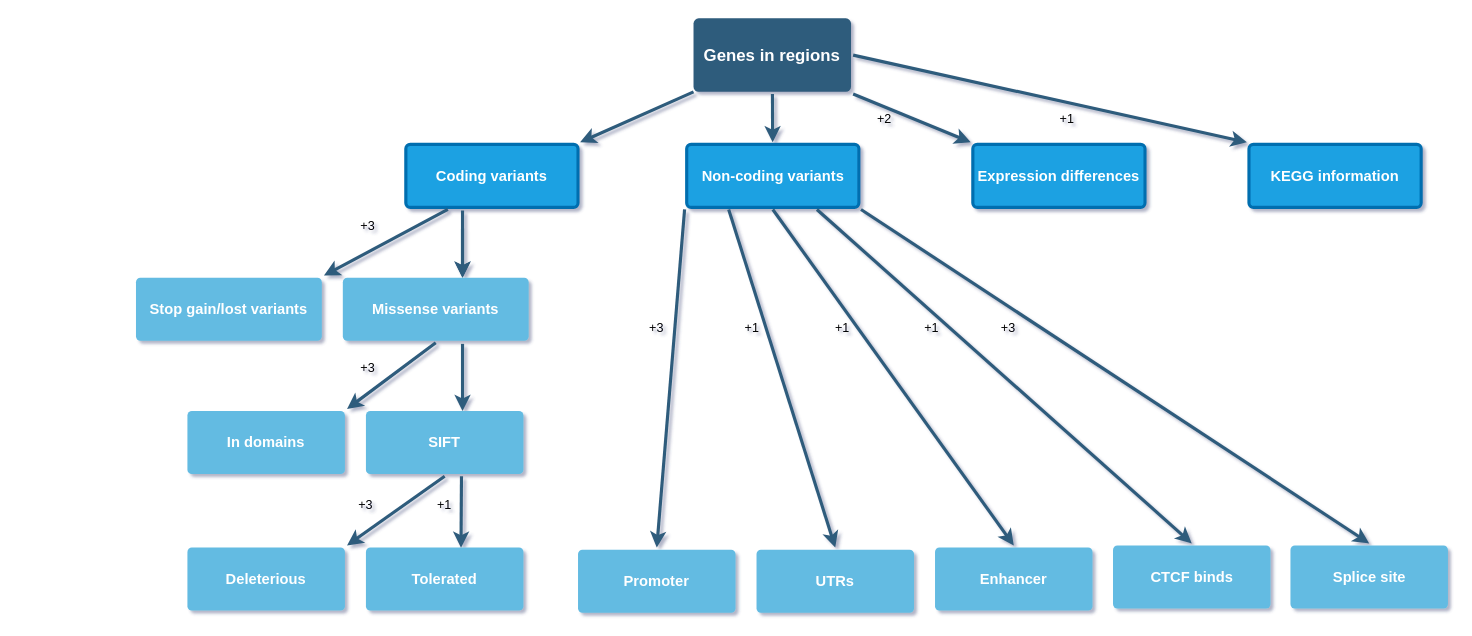
Before: CandidateGenes/Untitled Diagram.drawio in ManuelDelpero/AIL_BFMIS1xBFMIS2, a draw.io diagram. Source tidied: cells renumbered, new cells numbered last; positions are measured from the earlier drawing's top-left corner, leaving out a move shared by most shapes. Both pictures are drawn from the tidied source at 105%, with x=0, y=0 at pixel (135, 18).
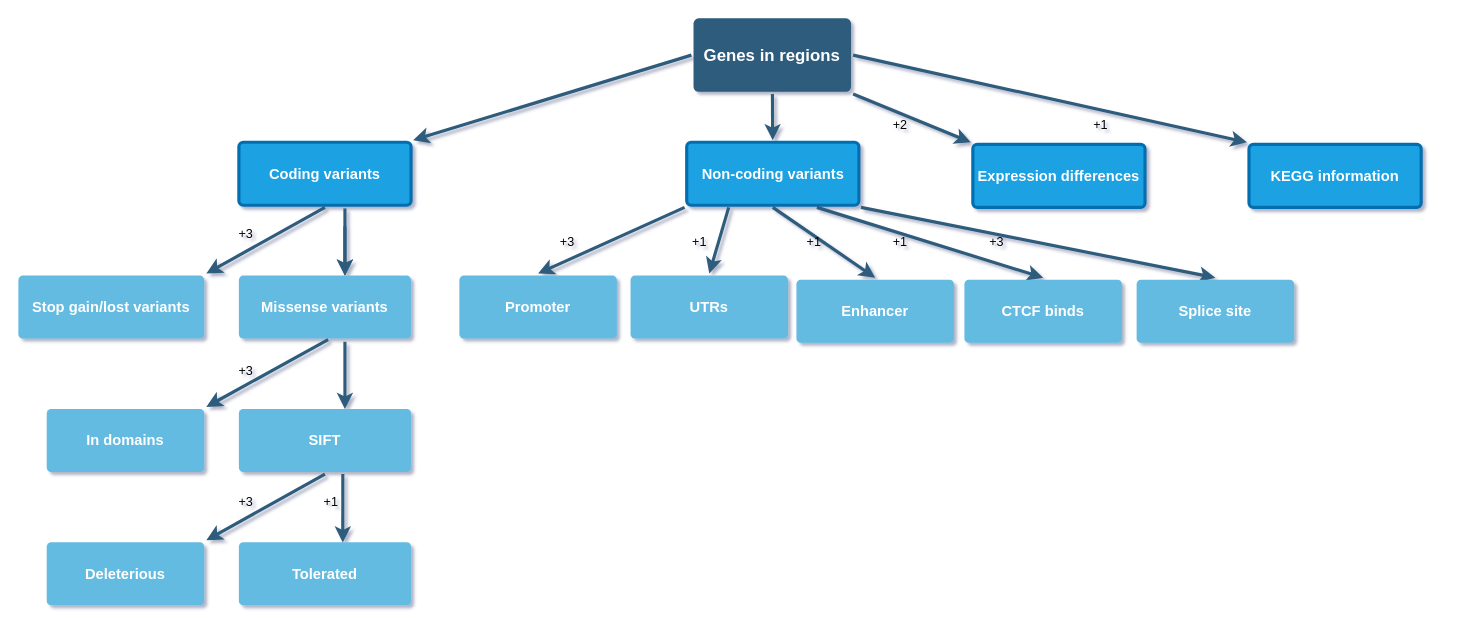
The same page after the edit.

The change refers to these unchanged cells:
```xml
<mxCell id="4" value="Genes in regions" style="rounded=1;whiteSpace=wrap;html=1;shadow=0;labelBackgroundColor=none;strokeColor=none;strokeWidth=3;fillColor=#2F5B7C;fontFamily=Helvetica;fontSize=16;fontColor=#FFFFFF;align=center;fontStyle=1;spacing=5;arcSize=7;perimeterSpacing=2;" parent="1" vertex="1">
  <mxGeometry x="531" width="150" height="70" as="geometry" />
</mxCell>
```

What changed in the source:
```diff
@@
-    <mxCell id="3" style="edgeStyle=none;rounded=0;jumpStyle=none;html=1;shadow=0;labelBackgroundColor=none;startArrow=none;startFill=0;endArrow=classic;endFill=1;jettySize=auto;strokeColor=#2F5B7C;strokeWidth=3;fontFamily=Helvetica;fontSize=16;fontColor=#23445D;spacing=5;entryX=1;entryY=0;entryDx=0;entryDy=0;exitX=0.013;exitY=0.973;exitDx=0;exitDy=0;exitPerimeter=0;" parent="1" edge="1" source="4" target="5">
+    <mxCell id="3" style="edgeStyle=none;rounded=0;jumpStyle=none;html=1;shadow=0;labelBackgroundColor=none;startArrow=none;startFill=0;endArrow=classic;endFill=1;jettySize=auto;strokeColor=#2F5B7C;strokeWidth=3;fontFamily=Helvetica;fontSize=16;fontColor=#23445D;spacing=5;entryX=1;entryY=0;entryDx=0;entryDy=0;exitX=0;exitY=0.5;exitDx=0;exitDy=0;" parent="1" edge="1" source="4" target="5">
       <mxGeometry relative="1" as="geometry" />
     </mxCell>
@@
     <mxCell id="5" value="Coding variants" style="rounded=1;whiteSpace=wrap;html=1;shadow=0;labelBackgroundColor=none;strokeColor=#006EAF;strokeWidth=3;fillColor=#1ba1e2;fontFamily=Helvetica;fontSize=14;align=center;spacing=5;fontStyle=1;arcSize=7;perimeterSpacing=2;fontColor=#ffffff;" parent="1" vertex="1">
-      <mxGeometry x="257" y="120" width="164" height="60" as="geometry" />
+      <mxGeometry x="98" y="118" width="164" height="60" as="geometry" />
     </mxCell>
     <mxCell id="6" value="&lt;b&gt;In domains&lt;/b&gt;" style="rounded=1;whiteSpace=wrap;html=1;shadow=0;labelBackgroundColor=none;strokeColor=none;strokeWidth=3;fillColor=#64bbe2;fontFamily=Helvetica;fontSize=14;fontColor=#FFFFFF;align=center;spacing=5;arcSize=7;perimeterSpacing=2;" parent="1" vertex="1">
-      <mxGeometry x="49" y="374" width="150" height="60" as="geometry" />
+      <mxGeometry x="-85" y="372" width="150" height="60" as="geometry" />
     </mxCell>
     <mxCell id="7" value="Non-coding variants" style="rounded=1;whiteSpace=wrap;html=1;shadow=0;labelBackgroundColor=none;strokeColor=#006EAF;strokeWidth=3;fillColor=#1ba1e2;fontFamily=Helvetica;fontSize=14;fontColor=#ffffff;align=center;spacing=5;fontStyle=1;arcSize=7;perimeterSpacing=2;" parent="1" vertex="1">
-      <mxGeometry x="524.5" y="120" width="164" height="60" as="geometry" />
+      <mxGeometry x="524.5" y="118" width="164" height="60" as="geometry" />
     </mxCell>
@@
     <mxCell id="11" value="&lt;b&gt;Promoter&lt;/b&gt;" style="rounded=1;whiteSpace=wrap;html=1;shadow=0;labelBackgroundColor=none;strokeColor=none;strokeWidth=3;fillColor=#64bbe2;fontFamily=Helvetica;fontSize=14;fontColor=#FFFFFF;align=center;spacing=5;arcSize=7;perimeterSpacing=2;" parent="1" vertex="1">
-      <mxGeometry x="421" y="506" width="150" height="60" as="geometry" />
+      <mxGeometry x="308" y="245" width="150" height="60" as="geometry" />
     </mxCell>
@@
     <mxCell id="13" value="&lt;b&gt;UTRs&lt;/b&gt;" style="rounded=1;whiteSpace=wrap;html=1;shadow=0;labelBackgroundColor=none;strokeColor=none;strokeWidth=3;fillColor=#64bbe2;fontFamily=Helvetica;fontSize=14;fontColor=#FFFFFF;align=center;spacing=5;arcSize=7;perimeterSpacing=2;" parent="1" vertex="1">
-      <mxGeometry x="591" y="506" width="150" height="60" as="geometry" />
+      <mxGeometry x="471" y="245" width="150" height="60" as="geometry" />
     </mxCell>
     <mxCell id="14" value="&lt;b&gt;SIFT&lt;/b&gt;" style="rounded=1;whiteSpace=wrap;html=1;shadow=0;labelBackgroundColor=none;strokeColor=none;strokeWidth=3;fillColor=#64bbe2;fontFamily=Helvetica;fontSize=14;fontColor=#FFFFFF;align=center;spacing=5;arcSize=7;perimeterSpacing=2;" parent="1" vertex="1">
-      <mxGeometry x="219" y="374" width="150" height="60" as="geometry" />
+      <mxGeometry x="98" y="372" width="164" height="60" as="geometry" />
     </mxCell>
@@
     <mxCell id="18" value="&lt;b&gt;Enhancer&lt;/b&gt;" style="rounded=1;whiteSpace=wrap;html=1;shadow=0;labelBackgroundColor=none;strokeColor=none;strokeWidth=3;fillColor=#64bbe2;fontFamily=Helvetica;fontSize=14;fontColor=#FFFFFF;align=center;spacing=5;arcSize=7;perimeterSpacing=2;" parent="1" vertex="1">
-      <mxGeometry x="761" y="504" width="150" height="60" as="geometry" />
+      <mxGeometry x="629" y="249" width="150" height="60" as="geometry" />
     </mxCell>
@@
     <mxCell id="20" value="&lt;b&gt;CTCF binds&lt;/b&gt;" style="rounded=1;whiteSpace=wrap;html=1;shadow=0;labelBackgroundColor=none;strokeColor=none;strokeWidth=3;fillColor=#64bbe2;fontFamily=Helvetica;fontSize=14;fontColor=#FFFFFF;align=center;spacing=5;arcSize=7;perimeterSpacing=2;" parent="1" vertex="1">
-      <mxGeometry x="930.5" y="502" width="150" height="60" as="geometry" />
+      <mxGeometry x="789" y="249" width="150" height="60" as="geometry" />
     </mxCell>
     <mxCell id="21" value="+3" style="text;html=1;strokeColor=none;fillColor=none;align=center;verticalAlign=middle;whiteSpace=wrap;rounded=0;" parent="1" vertex="1">
-      <mxGeometry x="201" y="176" width="40" height="44" as="geometry" />
+      <mxGeometry x="85" y="184" width="40" height="44" as="geometry" />
     </mxCell>
-    <mxCell id="22" style="edgeStyle=none;rounded=0;jumpStyle=none;html=1;shadow=0;labelBackgroundColor=none;startArrow=none;startFill=0;endArrow=classic;endFill=1;jettySize=auto;strokeColor=#2F5B7C;strokeWidth=3;fontFamily=Helvetica;fontSize=16;fontColor=#23445D;spacing=5;exitX=0.25;exitY=1;exitDx=0;exitDy=0;entryX=1;entryY=0;entryDx=0;entryDy=0;" parent="1" edge="1" source="5" target="40">
+    <mxCell id="22" style="edgeStyle=none;rounded=0;jumpStyle=none;html=1;shadow=0;labelBackgroundColor=none;startArrow=none;startFill=0;endArrow=classic;endFill=1;jettySize=auto;strokeColor=#2F5B7C;strokeWidth=3;fontFamily=Helvetica;fontSize=16;fontColor=#23445D;spacing=5;exitX=0.5;exitY=1;exitDx=0;exitDy=0;entryX=1;entryY=0;entryDx=0;entryDy=0;" parent="1" edge="1" source="5" target="40">
       <mxGeometry relative="1" as="geometry" />
     </mxCell>
     <mxCell id="23" style="edgeStyle=none;rounded=0;jumpStyle=none;html=1;shadow=0;labelBackgroundColor=none;startArrow=none;startFill=0;endArrow=classic;endFill=1;jettySize=auto;orthogonalLoop=1;strokeColor=#2F5B7C;strokeWidth=3;fontFamily=Helvetica;fontSize=16;fontColor=#23445D;spacing=5;exitX=0.013;exitY=0.973;exitDx=0;exitDy=0;exitPerimeter=0;" parent="1" edge="1">
       <mxGeometry relative="1" as="geometry">
-        <mxPoint x="311" y="200" as="sourcePoint" />
-        <mxPoint x="311" y="247" as="targetPoint" />
+        <mxPoint x="199" y="198" as="sourcePoint" />
+        <mxPoint x="199" y="245" as="targetPoint" />
       </mxGeometry>
     </mxCell>
     <mxCell id="24" value="&lt;b&gt;Deleterious&lt;/b&gt;" style="rounded=1;whiteSpace=wrap;html=1;shadow=0;labelBackgroundColor=none;strokeColor=none;strokeWidth=3;fillColor=#64bbe2;fontFamily=Helvetica;fontSize=14;fontColor=#FFFFFF;align=center;spacing=5;arcSize=7;perimeterSpacing=2;" parent="1" vertex="1">
-      <mxGeometry x="49" y="504" width="150" height="60" as="geometry" />
+      <mxGeometry x="-85" y="499" width="150" height="60" as="geometry" />
     </mxCell>
     <mxCell id="25" value="&lt;b&gt;Tolerated&lt;/b&gt;" style="rounded=1;whiteSpace=wrap;html=1;shadow=0;labelBackgroundColor=none;strokeColor=none;strokeWidth=3;fillColor=#64bbe2;fontFamily=Helvetica;fontSize=14;fontColor=#FFFFFF;align=center;spacing=5;arcSize=7;perimeterSpacing=2;" parent="1" vertex="1">
-      <mxGeometry x="219" y="504" width="150" height="60" as="geometry" />
+      <mxGeometry x="98" y="499" width="164" height="60" as="geometry" />
     </mxCell>
     <mxCell id="26" value="+3" style="text;html=1;strokeColor=none;fillColor=none;align=center;verticalAlign=middle;whiteSpace=wrap;rounded=0;" parent="1" vertex="1">
-      <mxGeometry x="199" y="454" width="40" height="20" as="geometry" />
+      <mxGeometry x="85" y="451" width="40" height="20" as="geometry" />
     </mxCell>
-    <mxCell id="27" style="edgeStyle=none;rounded=0;jumpStyle=none;html=1;shadow=0;labelBackgroundColor=none;startArrow=none;startFill=0;endArrow=classic;endFill=1;jettySize=auto;strokeColor=#2F5B7C;strokeWidth=3;fontFamily=Helvetica;fontSize=16;fontColor=#23445D;spacing=5;entryX=1;entryY=0;entryDx=0;entryDy=0;" parent="1" edge="1" target="24">
+    <mxCell id="27" style="edgeStyle=none;rounded=0;jumpStyle=none;html=1;shadow=0;labelBackgroundColor=none;startArrow=none;startFill=0;endArrow=classic;endFill=1;jettySize=auto;strokeColor=#2F5B7C;strokeWidth=3;fontFamily=Helvetica;fontSize=16;fontColor=#23445D;spacing=5;exitX=0.5;exitY=1;exitDx=0;exitDy=0;" parent="1" edge="1" source="14">
       <mxGeometry relative="1" as="geometry">
-        <mxPoint x="294" y="436" as="sourcePoint" />
+        <mxPoint x="67" y="497" as="targetPoint" />
       </mxGeometry>
     </mxCell>
     <mxCell id="28" style="edgeStyle=none;rounded=0;jumpStyle=none;html=1;shadow=0;labelBackgroundColor=none;startArrow=none;startFill=0;endArrow=classic;endFill=1;jettySize=auto;strokeColor=#2F5B7C;strokeWidth=3;fontFamily=Helvetica;fontSize=16;fontColor=#23445D;spacing=5;entryX=0.601;entryY=0.034;entryDx=0;entryDy=0;entryPerimeter=0;" parent="1" edge="1" target="25">
       <mxGeometry relative="1" as="geometry">
-        <mxPoint x="310" y="436" as="sourcePoint" />
+        <mxPoint x="197" y="434" as="sourcePoint" />
       </mxGeometry>
     </mxCell>
     <mxCell id="29" value="+1" style="text;html=1;strokeColor=none;fillColor=none;align=center;verticalAlign=middle;whiteSpace=wrap;rounded=0;" parent="1" vertex="1">
-      <mxGeometry x="274" y="454" width="40" height="20" as="geometry" />
+      <mxGeometry x="166" y="451" width="40" height="20" as="geometry" />
     </mxCell>
     <mxCell id="30" value="+2" style="text;html=1;strokeColor=none;fillColor=none;align=center;verticalAlign=middle;whiteSpace=wrap;rounded=0;" parent="1" vertex="1">
-      <mxGeometry x="693" y="74" width="40" height="44" as="geometry" />
+      <mxGeometry x="708" y="80" width="40" height="44" as="geometry" />
     </mxCell>
     <mxCell id="31" value="+1" style="text;html=1;strokeColor=none;fillColor=none;align=center;verticalAlign=middle;whiteSpace=wrap;rounded=0;" parent="1" vertex="1">
-      <mxGeometry x="867" y="74" width="40" height="44" as="geometry" />
+      <mxGeometry x="899" y="80" width="40" height="44" as="geometry" />
     </mxCell>
     <mxCell id="32" value="+3" style="text;html=1;strokeColor=none;fillColor=none;align=center;verticalAlign=middle;whiteSpace=wrap;rounded=0;" parent="1" vertex="1">
-      <mxGeometry x="476" y="273" width="40" height="44" as="geometry" />
+      <mxGeometry x="391" y="191" width="40" height="44" as="geometry" />
     </mxCell>
     <mxCell id="33" value="+1" style="text;html=1;strokeColor=none;fillColor=none;align=center;verticalAlign=middle;whiteSpace=wrap;rounded=0;" parent="1" vertex="1">
-      <mxGeometry x="567" y="273" width="40" height="44" as="geometry" />
+      <mxGeometry x="517" y="191" width="40" height="44" as="geometry" />
     </mxCell>
     <mxCell id="34" value="+1" style="text;html=1;strokeColor=none;fillColor=none;align=center;verticalAlign=middle;whiteSpace=wrap;rounded=0;" parent="1" vertex="1">
-      <mxGeometry x="653" y="273" width="40" height="44" as="geometry" />
+      <mxGeometry x="626" y="191" width="40" height="44" as="geometry" />
     </mxCell>
     <mxCell id="35" value="+1" style="text;html=1;strokeColor=none;fillColor=none;align=center;verticalAlign=middle;whiteSpace=wrap;rounded=0;" parent="1" vertex="1">
-      <mxGeometry x="738" y="273" width="40" height="44" as="geometry" />
+      <mxGeometry x="708" y="191" width="40" height="44" as="geometry" />
     </mxCell>
     <mxCell id="36" style="edgeStyle=none;rounded=0;jumpStyle=none;html=1;shadow=0;labelBackgroundColor=none;startArrow=none;startFill=0;endArrow=classic;endFill=1;jettySize=auto;orthogonalLoop=1;strokeColor=#2F5B7C;strokeWidth=3;fontFamily=Helvetica;fontSize=16;fontColor=#23445D;spacing=5;" parent="1" edge="1">
       <mxGeometry relative="1" as="geometry">
-        <mxPoint x="311" y="183" as="sourcePoint" />
-        <mxPoint x="311" y="247" as="targetPoint" />
+        <mxPoint x="199" y="181" as="sourcePoint" />
+        <mxPoint x="199" y="245" as="targetPoint" />
       </mxGeometry>
     </mxCell>
@@
     <mxCell id="38" value="&lt;span style=&quot;text-align: left&quot;&gt;&lt;b&gt;&lt;font style=&quot;font-size: 14px&quot;&gt;Splice site&lt;/font&gt;&lt;/b&gt;&lt;/span&gt;" style="rounded=1;whiteSpace=wrap;html=1;shadow=0;labelBackgroundColor=none;strokeColor=none;strokeWidth=3;fillColor=#64bbe2;fontFamily=Helvetica;fontSize=14;fontColor=#FFFFFF;align=center;spacing=5;arcSize=7;perimeterSpacing=2;" parent="1" vertex="1">
-      <mxGeometry x="1099.5" y="502" width="150" height="60" as="geometry" />
+      <mxGeometry x="953" y="249" width="150" height="60" as="geometry" />
     </mxCell>
     <mxCell id="39" value="+3" style="text;html=1;strokeColor=none;fillColor=none;align=center;verticalAlign=middle;whiteSpace=wrap;rounded=0;" parent="1" vertex="1">
-      <mxGeometry x="811" y="273" width="40" height="44" as="geometry" />
+      <mxGeometry x="800" y="191" width="40" height="44" as="geometry" />
     </mxCell>
     <mxCell id="40" value="&lt;b&gt;Stop gain/lost variants&lt;/b&gt;" style="rounded=1;whiteSpace=wrap;html=1;shadow=0;labelBackgroundColor=none;strokeColor=none;strokeWidth=3;fillColor=#64bbe2;fontFamily=Helvetica;fontSize=14;fontColor=#FFFFFF;align=center;spacing=5;arcSize=7;perimeterSpacing=2;" parent="1" vertex="1">
-      <mxGeometry y="247" width="177" height="60" as="geometry" />
+      <mxGeometry x="-112" y="245" width="177" height="60" as="geometry" />
     </mxCell>
     <mxCell id="41" value="&lt;b&gt;Missense variants&lt;/b&gt;" style="rounded=1;whiteSpace=wrap;html=1;shadow=0;labelBackgroundColor=none;strokeColor=none;strokeWidth=3;fillColor=#64bbe2;fontFamily=Helvetica;fontSize=14;fontColor=#FFFFFF;align=center;spacing=5;arcSize=7;perimeterSpacing=2;" parent="1" vertex="1">
-      <mxGeometry x="197" y="247" width="177" height="60" as="geometry" />
+      <mxGeometry x="98" y="245" width="164" height="60" as="geometry" />
     </mxCell>
     <mxCell id="42" style="edgeStyle=none;rounded=0;jumpStyle=none;html=1;shadow=0;labelBackgroundColor=none;startArrow=none;startFill=0;endArrow=classic;endFill=1;jettySize=auto;orthogonalLoop=1;strokeColor=#2F5B7C;strokeWidth=3;fontFamily=Helvetica;fontSize=16;fontColor=#23445D;spacing=5;" parent="1" edge="1">
       <mxGeometry relative="1" as="geometry">
-        <mxPoint x="311" y="310" as="sourcePoint" />
-        <mxPoint x="311" y="374" as="targetPoint" />
+        <mxPoint x="199" y="308" as="sourcePoint" />
+        <mxPoint x="199" y="372" as="targetPoint" />
       </mxGeometry>
     </mxCell>
-    <mxCell id="43" style="edgeStyle=none;rounded=0;jumpStyle=none;html=1;shadow=0;labelBackgroundColor=none;startArrow=none;startFill=0;endArrow=classic;endFill=1;jettySize=auto;strokeColor=#2F5B7C;strokeWidth=3;fontFamily=Helvetica;fontSize=16;fontColor=#23445D;spacing=5;exitX=0.5;exitY=1;exitDx=0;exitDy=0;entryX=1;entryY=0;entryDx=0;entryDy=0;" parent="1" edge="1" source="41" target="6">
-      <mxGeometry relative="1" as="geometry" />
+    <mxCell id="43" style="edgeStyle=none;rounded=0;jumpStyle=none;html=1;shadow=0;labelBackgroundColor=none;startArrow=none;startFill=0;endArrow=classic;endFill=1;jettySize=auto;strokeColor=#2F5B7C;strokeWidth=3;fontFamily=Helvetica;fontSize=16;fontColor=#23445D;spacing=5;entryX=1;entryY=0;entryDx=0;entryDy=0;" parent="1" edge="1" target="6">
+      <mxGeometry relative="1" as="geometry">
+        <mxPoint x="183" y="306" as="sourcePoint" />
+      </mxGeometry>
     </mxCell>
     <mxCell id="44" value="+3" style="text;html=1;strokeColor=none;fillColor=none;align=center;verticalAlign=middle;whiteSpace=wrap;rounded=0;" parent="1" vertex="1">
-      <mxGeometry x="201" y="311" width="40" height="44" as="geometry" />
+      <mxGeometry x="85" y="314" width="40" height="44" as="geometry" />
     </mxCell>
```
